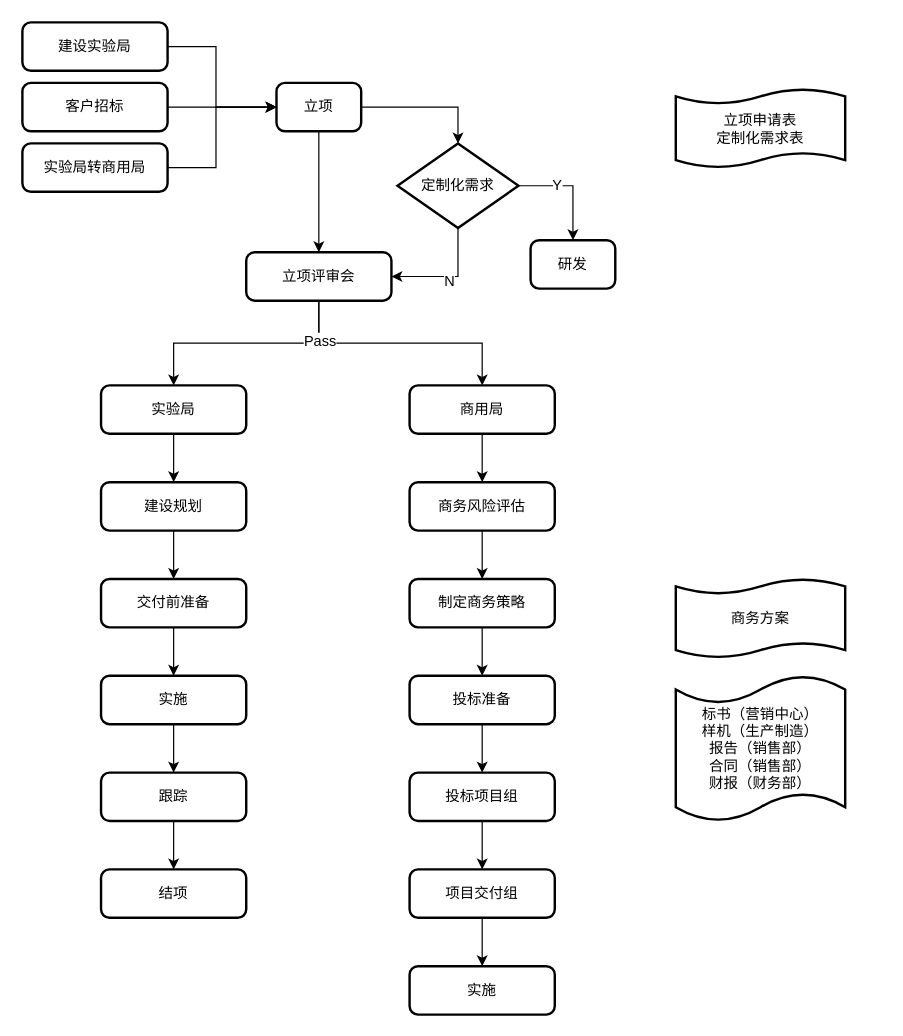
Before: kkk.drawio in linkeyue/linkeyue, a draw.io diagram. Source tidied: cells renumbered, new cells numbered last; positions are measured from the earlier drawing's top-left corner, leaving out a move shared by most shapes. Both pictures are drawn from the tidied source at 121%, with x=0, y=0 at pixel (22, 22).
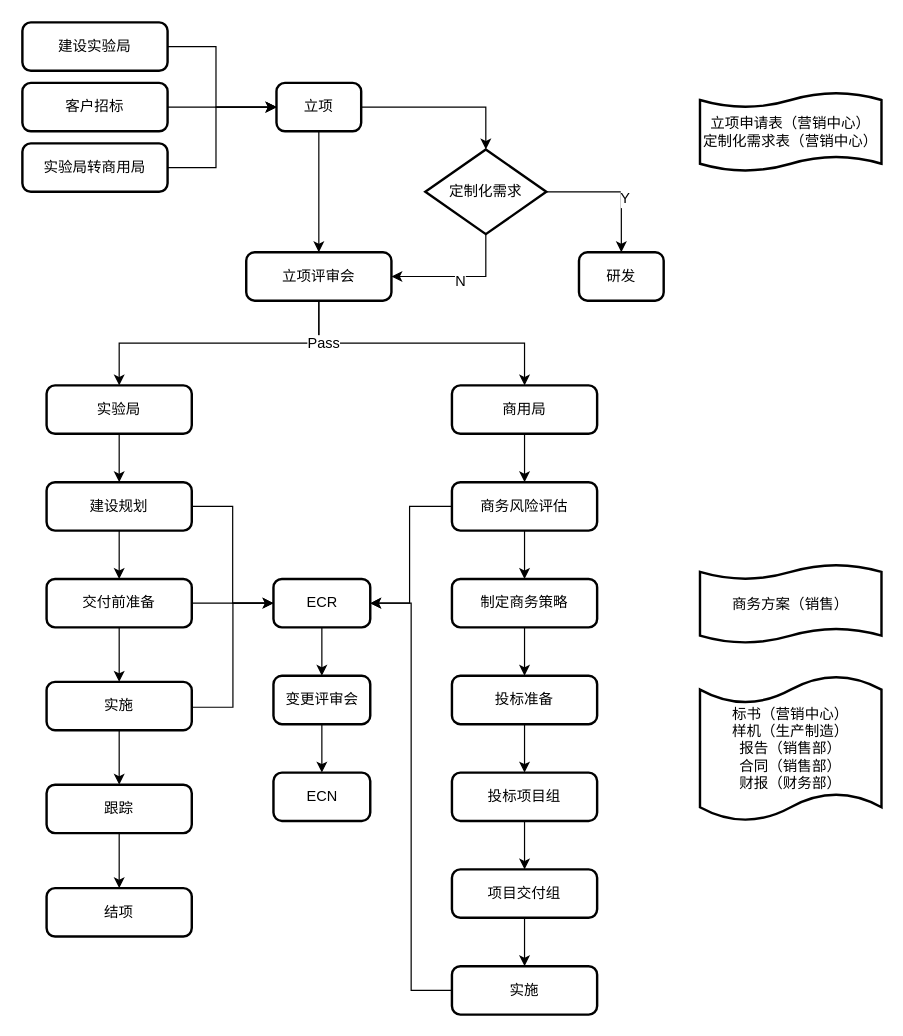
Above is the later version.

Unchanged cells that the change refers to:
```xml
<mxCell id="14" value="立项评审会" style="rounded=1;whiteSpace=wrap;html=1;absoluteArcSize=1;arcSize=14;strokeWidth=2;" parent="1" vertex="1">
  <mxGeometry x="185" y="190" width="120" height="40" as="geometry" />
</mxCell>
```

Diff of the diagram source:
```diff
@@
+    <mxCell id="17" style="edgeStyle=orthogonalEdgeStyle;rounded=0;jettySize=auto;html=1;exitX=0.5;exitY=1;exitDx=0;exitDy=0;exitPerimeter=0;entryX=1;entryY=0.5;entryDx=0;entryDy=0;" parent="1" edge="1" source="19" target="14">
+      <mxGeometry relative="1" as="geometry" />
+    </mxCell>
+    <mxCell id="18" value="N&lt;br&gt;" style="text;html=1;align=center;verticalAlign=middle;labelBackgroundColor=#ffffff;" parent="17" vertex="1">
+      <mxGeometry x="0.01" y="3" relative="1" as="geometry" />
+    </mxCell>
     <mxCell id="15" style="edgeStyle=orthogonalEdgeStyle;rounded=0;jettySize=auto;html=1;exitX=1;exitY=0.5;exitDx=0;exitDy=0;exitPerimeter=0;entryX=0.5;entryY=0;entryDx=0;entryDy=0;" parent="1" edge="1" source="19" target="20">
-      <mxGeometry relative="1" as="geometry">
-        <Array as="points">
-          <mxPoint x="455" y="135" />
-        </Array>
-      </mxGeometry>
+      <mxGeometry relative="1" as="geometry" />
     </mxCell>
     <mxCell id="16" value="Y" style="text;html=1;align=center;verticalAlign=middle;labelBackgroundColor=#ffffff;" parent="15" vertex="1">
-      <mxGeometry x="-0.3" y="1" relative="1" as="geometry" />
+      <mxGeometry y="-4" relative="1" as="geometry">
+        <mxPoint x="8" y="1" as="offset" />
+      </mxGeometry>
     </mxCell>
-    <mxCell id="17" style="edgeStyle=orthogonalEdgeStyle;rounded=0;jettySize=auto;html=1;exitX=0.5;exitY=1;exitDx=0;exitDy=0;exitPerimeter=0;entryX=1;entryY=0.5;entryDx=0;entryDy=0;" parent="1" edge="1" source="19" target="14">
-      <mxGeometry relative="1" as="geometry" />
-    </mxCell>
-    <mxCell id="18" value="N&lt;br&gt;" style="text;html=1;align=center;verticalAlign=middle;labelBackgroundColor=#ffffff;" parent="17" vertex="1">
-      <mxGeometry x="0.01" y="3" relative="1" as="geometry" />
-    </mxCell>
     <mxCell id="19" value="定制化需求" style="strokeWidth=2;html=1;shape=mxgraph.flowchart.decision;whiteSpace=wrap;" parent="1" vertex="1">
-      <mxGeometry x="310" y="100" width="100" height="70" as="geometry" />
+      <mxGeometry x="333" y="105" width="100" height="70" as="geometry" />
     </mxCell>
     <mxCell id="20" value="研发" style="rounded=1;whiteSpace=wrap;html=1;absoluteArcSize=1;arcSize=14;strokeWidth=2;direction=east;rotation=0;" parent="1" vertex="1">
-      <mxGeometry x="420" y="180" width="70" height="40" as="geometry" />
+      <mxGeometry x="460" y="190" width="70" height="40" as="geometry" />
     </mxCell>
-    <mxCell id="21" value="立项申请表&lt;br&gt;定制化需求表" style="shape=tape;whiteSpace=wrap;html=1;strokeWidth=2;size=0.19;" parent="1" vertex="1">
-      <mxGeometry x="540" y="55" width="140" height="65" as="geometry" />
+    <mxCell id="21" value="立项申请表（营销中心）&lt;br&gt;定制化需求表（营销中心）" style="shape=tape;whiteSpace=wrap;html=1;strokeWidth=2;size=0.19;" parent="1" vertex="1">
+      <mxGeometry x="560" y="58" width="150" height="65" as="geometry" />
     </mxCell>
@@
     <mxCell id="23" value="实验局" style="rounded=1;whiteSpace=wrap;html=1;absoluteArcSize=1;arcSize=14;strokeWidth=2;" parent="1" vertex="1">
-      <mxGeometry x="65" y="300" width="120" height="40" as="geometry" />
+      <mxGeometry x="20" y="300" width="120" height="40" as="geometry" />
     </mxCell>
@@
     <mxCell id="25" value="商用局" style="rounded=1;whiteSpace=wrap;html=1;absoluteArcSize=1;arcSize=14;strokeWidth=2;" parent="1" vertex="1">
-      <mxGeometry x="320" y="300" width="120" height="40" as="geometry" />
+      <mxGeometry x="355" y="300" width="120" height="40" as="geometry" />
     </mxCell>
@@
+    <mxCell id="48" style="edgeStyle=orthogonalEdgeStyle;rounded=0;jettySize=auto;html=1;exitX=1;exitY=0.5;exitDx=0;exitDy=0;entryX=0;entryY=0.5;entryDx=0;entryDy=0;" parent="1" edge="1" source="27" target="54">
+      <mxGeometry relative="1" as="geometry" />
+    </mxCell>
     <mxCell id="27" value="建设规划" style="rounded=1;whiteSpace=wrap;html=1;absoluteArcSize=1;arcSize=14;strokeWidth=2;" parent="1" vertex="1">
-      <mxGeometry x="65" y="380" width="120" height="40" as="geometry" />
+      <mxGeometry x="20" y="380" width="120" height="40" as="geometry" />
     </mxCell>
@@
     <mxCell id="29" value="制定商务策略" style="rounded=1;whiteSpace=wrap;html=1;absoluteArcSize=1;arcSize=14;strokeWidth=2;" parent="1" vertex="1">
-      <mxGeometry x="320" y="460" width="120" height="40" as="geometry" />
+      <mxGeometry x="355" y="460" width="120" height="40" as="geometry" />
     </mxCell>
@@
+    <mxCell id="49" style="edgeStyle=orthogonalEdgeStyle;rounded=0;jettySize=auto;html=1;exitX=0;exitY=0.5;exitDx=0;exitDy=0;entryX=1;entryY=0.5;entryDx=0;entryDy=0;" parent="1" edge="1" source="31" target="54">
+      <mxGeometry relative="1" as="geometry">
+        <Array as="points">
+          <mxPoint x="320" y="400" />
+          <mxPoint x="320" y="480" />
+        </Array>
+      </mxGeometry>
+    </mxCell>
     <mxCell id="31" value="商务风险评估" style="rounded=1;whiteSpace=wrap;html=1;absoluteArcSize=1;arcSize=14;strokeWidth=2;" parent="1" vertex="1">
-      <mxGeometry x="320" y="380" width="120" height="40" as="geometry" />
+      <mxGeometry x="355" y="380" width="120" height="40" as="geometry" />
     </mxCell>
-    <mxCell id="32" style="edgeStyle=orthogonalEdgeStyle;rounded=0;jettySize=auto;html=1;exitX=0.5;exitY=1;exitDx=0;exitDy=0;entryX=0.5;entryY=0;entryDx=0;entryDy=0;" parent="1" edge="1" source="33" target="38">
-      <mxGeometry relative="1" as="geometry">
-        <Array as="points">
-          <mxPoint x="380" y="760" />
-          <mxPoint x="380" y="760" />
-        </Array>
-      </mxGeometry>
+    <mxCell id="32" style="edgeStyle=orthogonalEdgeStyle;rounded=0;jettySize=auto;html=1;exitX=0.5;exitY=1;exitDx=0;exitDy=0;" parent="1" edge="1" source="33" target="38">
+      <mxGeometry relative="1" as="geometry" />
     </mxCell>
     <mxCell id="33" value="项目交付组" style="rounded=1;whiteSpace=wrap;html=1;absoluteArcSize=1;arcSize=14;strokeWidth=2;" parent="1" vertex="1">
-      <mxGeometry x="320" y="700" width="120" height="40" as="geometry" />
+      <mxGeometry x="355" y="700" width="120" height="40" as="geometry" />
     </mxCell>
@@
     <mxCell id="35" value="投标项目组" style="rounded=1;whiteSpace=wrap;html=1;absoluteArcSize=1;arcSize=14;strokeWidth=2;" parent="1" vertex="1">
-      <mxGeometry x="320" y="620" width="120" height="40" as="geometry" />
+      <mxGeometry x="355" y="620" width="120" height="40" as="geometry" />
     </mxCell>
@@
     <mxCell id="37" value="投标准备" style="rounded=1;whiteSpace=wrap;html=1;absoluteArcSize=1;arcSize=14;strokeWidth=2;" parent="1" vertex="1">
-      <mxGeometry x="320" y="540" width="120" height="40" as="geometry" />
+      <mxGeometry x="355" y="540" width="120" height="40" as="geometry" />
     </mxCell>
+    <mxCell id="50" style="edgeStyle=orthogonalEdgeStyle;rounded=0;jettySize=auto;html=1;exitX=0;exitY=0.5;exitDx=0;exitDy=0;entryX=1;entryY=0.5;entryDx=0;entryDy=0;" parent="1" edge="1" source="38" target="54">
+      <mxGeometry relative="1" as="geometry" />
+    </mxCell>
     <mxCell id="38" value="实施" style="rounded=1;whiteSpace=wrap;html=1;absoluteArcSize=1;arcSize=14;strokeWidth=2;" parent="1" vertex="1">
-      <mxGeometry x="320" y="780" width="120" height="40" as="geometry" />
+      <mxGeometry x="355" y="780" width="120" height="40" as="geometry" />
     </mxCell>
@@
+    <mxCell id="51" style="edgeStyle=orthogonalEdgeStyle;rounded=0;jettySize=auto;html=1;exitX=1;exitY=0.5;exitDx=0;exitDy=0;" parent="1" edge="1" source="40">
+      <mxGeometry relative="1" as="geometry">
+        <mxPoint x="220" y="480" as="targetPoint" />
+      </mxGeometry>
+    </mxCell>
     <mxCell id="40" value="交付前准备" style="rounded=1;whiteSpace=wrap;html=1;absoluteArcSize=1;arcSize=14;strokeWidth=2;" parent="1" vertex="1">
-      <mxGeometry x="65" y="460" width="120" height="40" as="geometry" />
+      <mxGeometry x="20" y="460" width="120" height="40" as="geometry" />
     </mxCell>
@@
+    <mxCell id="52" style="edgeStyle=orthogonalEdgeStyle;rounded=0;jettySize=auto;html=1;exitX=1;exitY=0.5;exitDx=0;exitDy=0;entryX=0;entryY=0.5;entryDx=0;entryDy=0;" parent="1" edge="1" source="42" target="54">
+      <mxGeometry relative="1" as="geometry">
+        <Array as="points">
+          <mxPoint x="174" y="566" />
+          <mxPoint x="174" y="480" />
+        </Array>
+      </mxGeometry>
+    </mxCell>
     <mxCell id="42" value="实施" style="rounded=1;whiteSpace=wrap;html=1;absoluteArcSize=1;arcSize=14;strokeWidth=2;" parent="1" vertex="1">
-      <mxGeometry x="65" y="540" width="120" height="40" as="geometry" />
+      <mxGeometry x="20" y="545" width="120" height="40" as="geometry" />
     </mxCell>
@@
     <mxCell id="44" value="跟踪" style="rounded=1;whiteSpace=wrap;html=1;absoluteArcSize=1;arcSize=14;strokeWidth=2;" parent="1" vertex="1">
-      <mxGeometry x="65" y="620" width="120" height="40" as="geometry" />
+      <mxGeometry x="20" y="630" width="120" height="40" as="geometry" />
     </mxCell>
     <mxCell id="45" value="结项" style="rounded=1;whiteSpace=wrap;html=1;absoluteArcSize=1;arcSize=14;strokeWidth=2;" parent="1" vertex="1">
-      <mxGeometry x="65" y="700" width="120" height="40" as="geometry" />
+      <mxGeometry x="20" y="715.5" width="120" height="40" as="geometry" />
     </mxCell>
-    <mxCell id="46" value="商务方案&lt;br&gt;" style="shape=tape;whiteSpace=wrap;html=1;strokeWidth=2;size=0.19;" parent="1" vertex="1">
-      <mxGeometry x="540" y="460" width="140" height="65" as="geometry" />
+    <mxCell id="46" value="商务方案（销售）" style="shape=tape;whiteSpace=wrap;html=1;strokeWidth=2;size=0.19;" parent="1" vertex="1">
+      <mxGeometry x="560" y="448" width="150" height="65" as="geometry" />
     </mxCell>
     <mxCell id="47" value="标书（营销中心）&lt;br&gt;样机（生产制造）&lt;br&gt;报告（销售部）&lt;br&gt;合同（销售部）&lt;br&gt;财报（财务部）" style="shape=tape;whiteSpace=wrap;html=1;strokeWidth=2;size=0.19;" parent="1" vertex="1">
-      <mxGeometry x="540" y="540" width="140" height="120" as="geometry" />
+      <mxGeometry x="560" y="540" width="150" height="120" as="geometry" />
     </mxCell>
+    <mxCell id="53" style="edgeStyle=orthogonalEdgeStyle;rounded=0;jettySize=auto;html=1;exitX=0.5;exitY=1;exitDx=0;exitDy=0;entryX=0.5;entryY=0;entryDx=0;entryDy=0;" parent="1" edge="1" source="54" target="56">
+      <mxGeometry relative="1" as="geometry" />
+    </mxCell>
+    <mxCell id="54" value="ECR" style="rounded=1;whiteSpace=wrap;html=1;absoluteArcSize=1;arcSize=14;strokeWidth=2;" parent="1" vertex="1">
+      <mxGeometry x="207.5" y="460" width="80" height="40" as="geometry" />
+    </mxCell>
+    <mxCell id="55" style="edgeStyle=orthogonalEdgeStyle;rounded=0;jettySize=auto;html=1;exitX=0.5;exitY=1;exitDx=0;exitDy=0;entryX=0.5;entryY=0;entryDx=0;entryDy=0;" parent="1" edge="1" source="56" target="57">
+      <mxGeometry relative="1" as="geometry" />
+    </mxCell>
+    <mxCell id="56" value="变更评审会" style="rounded=1;whiteSpace=wrap;html=1;absoluteArcSize=1;arcSize=14;strokeWidth=2;" parent="1" vertex="1">
+      <mxGeometry x="207.5" y="540" width="80" height="40" as="geometry" />
+    </mxCell>
+    <mxCell id="57" value="ECN" style="rounded=1;whiteSpace=wrap;html=1;absoluteArcSize=1;arcSize=14;strokeWidth=2;" parent="1" vertex="1">
+      <mxGeometry x="207.5" y="620" width="80" height="40" as="geometry" />
+    </mxCell>
```
